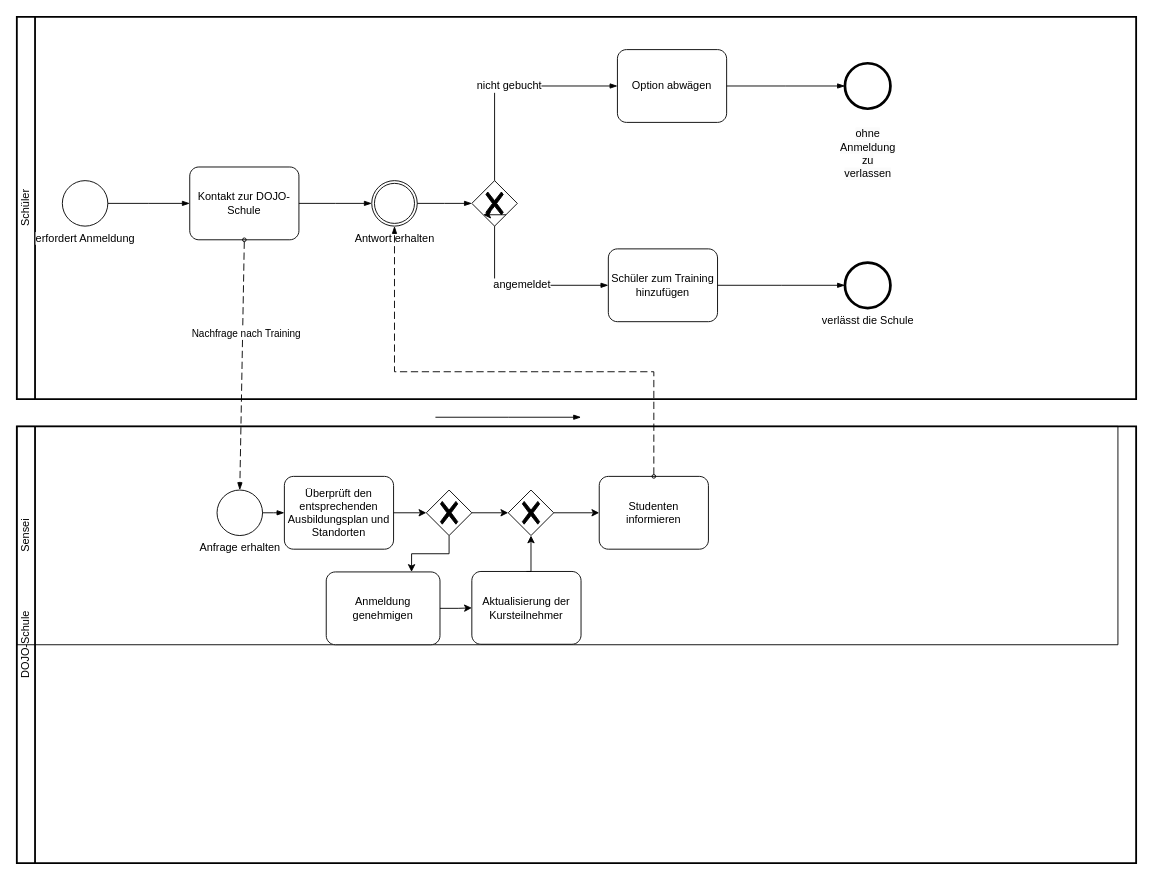
Mikomy/Softwaremanagement-1 keeps this draw.io diagram as BPMN Diagramm.drawio. Above is the earlier version. Source tidied: cells renumbered, new cells numbered last; positions are measured from the earlier drawing's top-left corner, leaving out a move shared by most shapes. Both pictures are drawn from the tidied source at 91%, with x=0, y=0 at pixel (16, 16).
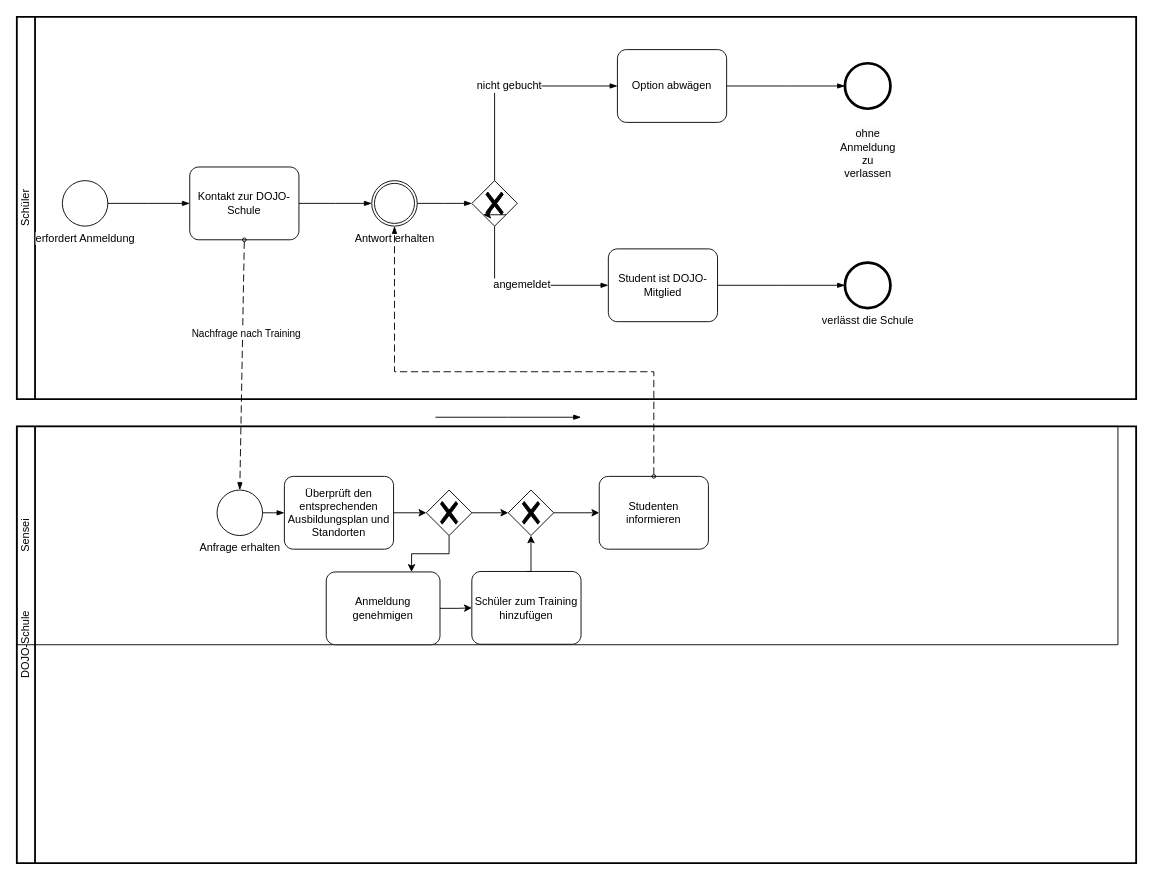
After the change.

Unchanged cells that the change refers to:
```xml
<mxCell id="2" value="Schüler" style="swimlane;html=1;startSize=20;fontStyle=0;horizontal=0;swimlaneLine=1;swimlaneFillColor=#ffffff;strokeWidth=2;whiteSpace=wrap;" parent="1" vertex="1">
  <mxGeometry width="1230" height="420" as="geometry" />
</mxCell>
```

Diff of the diagram source:
```diff
@@
-    <mxCell id="9" value="Schüler zum Training hinzufügen" style="points=[[0.25,0,0],[0.5,0,0],[0.75,0,0],[1,0.25,0],[1,0.5,0],[1,0.75,0],[0.75,1,0],[0.5,1,0],[0.25,1,0],[0,0.75,0],[0,0.5,0],[0,0.25,0]];shape=mxgraph.bpmn.task;whiteSpace=wrap;rectStyle=rounded;size=10;html=1;taskMarker=abstract;" parent="2" vertex="1">
+    <mxCell id="9" value="Student ist DOJO-Mitglied" style="points=[[0.25,0,0],[0.5,0,0],[0.75,0,0],[1,0.25,0],[1,0.5,0],[1,0.75,0],[0.75,1,0],[0.5,1,0],[0.25,1,0],[0,0.75,0],[0,0.5,0],[0,0.25,0]];shape=mxgraph.bpmn.task;whiteSpace=wrap;rectStyle=rounded;size=10;html=1;taskMarker=abstract;" parent="2" vertex="1">
       <mxGeometry x="650" y="255" width="120" height="80" as="geometry" />
     </mxCell>
@@
-    <mxCell id="36" value="Aktualisierung der Kursteilnehmer" style="points=[[0.25,0,0],[0.5,0,0],[0.75,0,0],[1,0.25,0],[1,0.5,0],[1,0.75,0],[0.75,1,0],[0.5,1,0],[0.25,1,0],[0,0.75,0],[0,0.5,0],[0,0.25,0]];shape=mxgraph.bpmn.task;whiteSpace=wrap;rectStyle=rounded;size=10;html=1;taskMarker=abstract;" parent="1" vertex="1">
+    <mxCell id="36" value="Schüler zum Training hinzufügen" style="points=[[0.25,0,0],[0.5,0,0],[0.75,0,0],[1,0.25,0],[1,0.5,0],[1,0.75,0],[0.75,1,0],[0.5,1,0],[0.25,1,0],[0,0.75,0],[0,0.5,0],[0,0.25,0]];shape=mxgraph.bpmn.task;whiteSpace=wrap;rectStyle=rounded;size=10;html=1;taskMarker=abstract;" parent="1" vertex="1">
       <mxGeometry x="500" y="609.5" width="120" height="80" as="geometry" />
     </mxCell>
```
